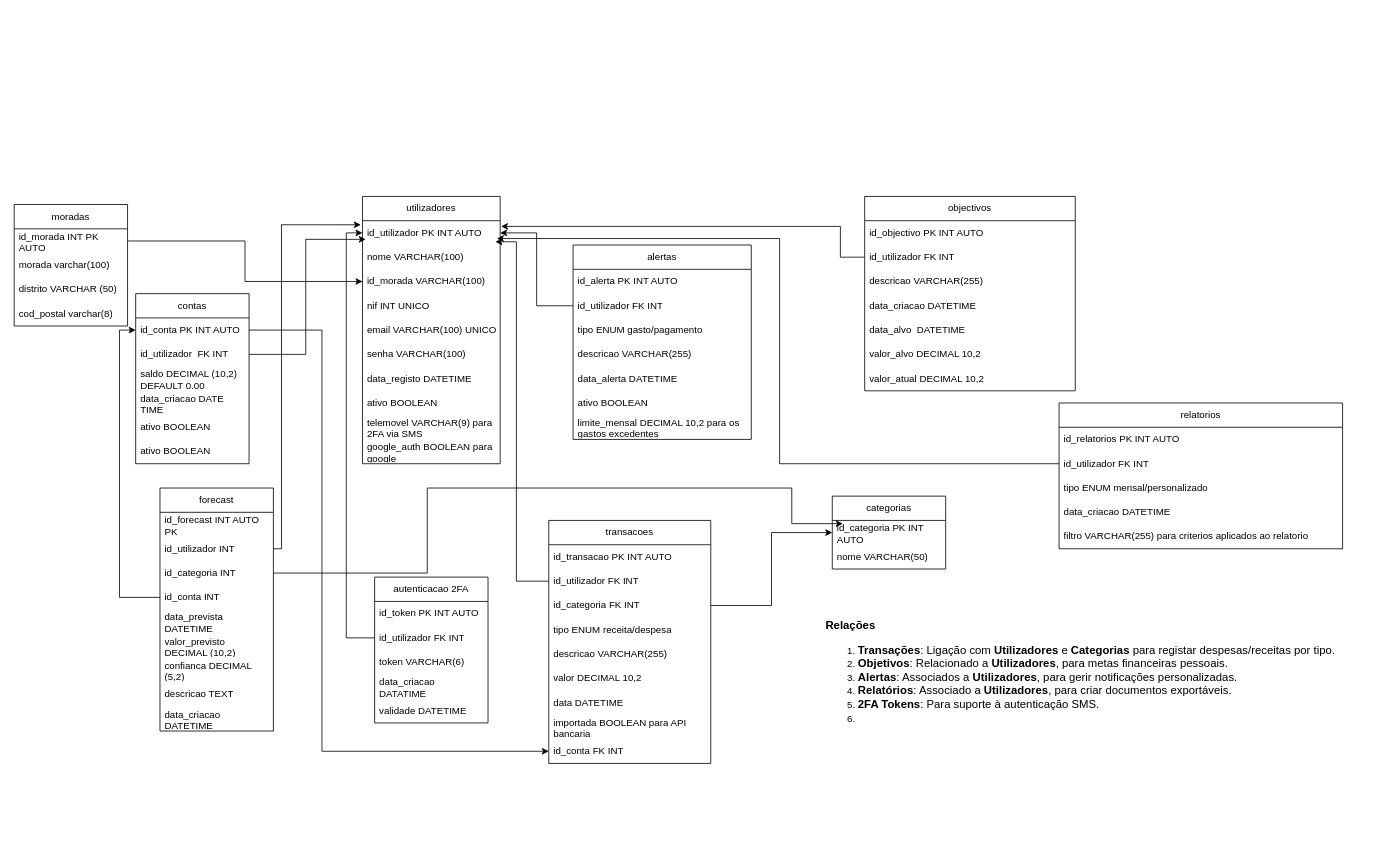
The draw.io diagram Untitled Diagram.drawio in dblouro/dblouro, before the edit. Source tidied: cells renumbered, new cells numbered last; positions are measured from the earlier drawing's top-left corner, leaving out a move shared by most shapes. Both pictures are drawn from the tidied source at 81%, with x=0, y=0 at pixel (14, 196).
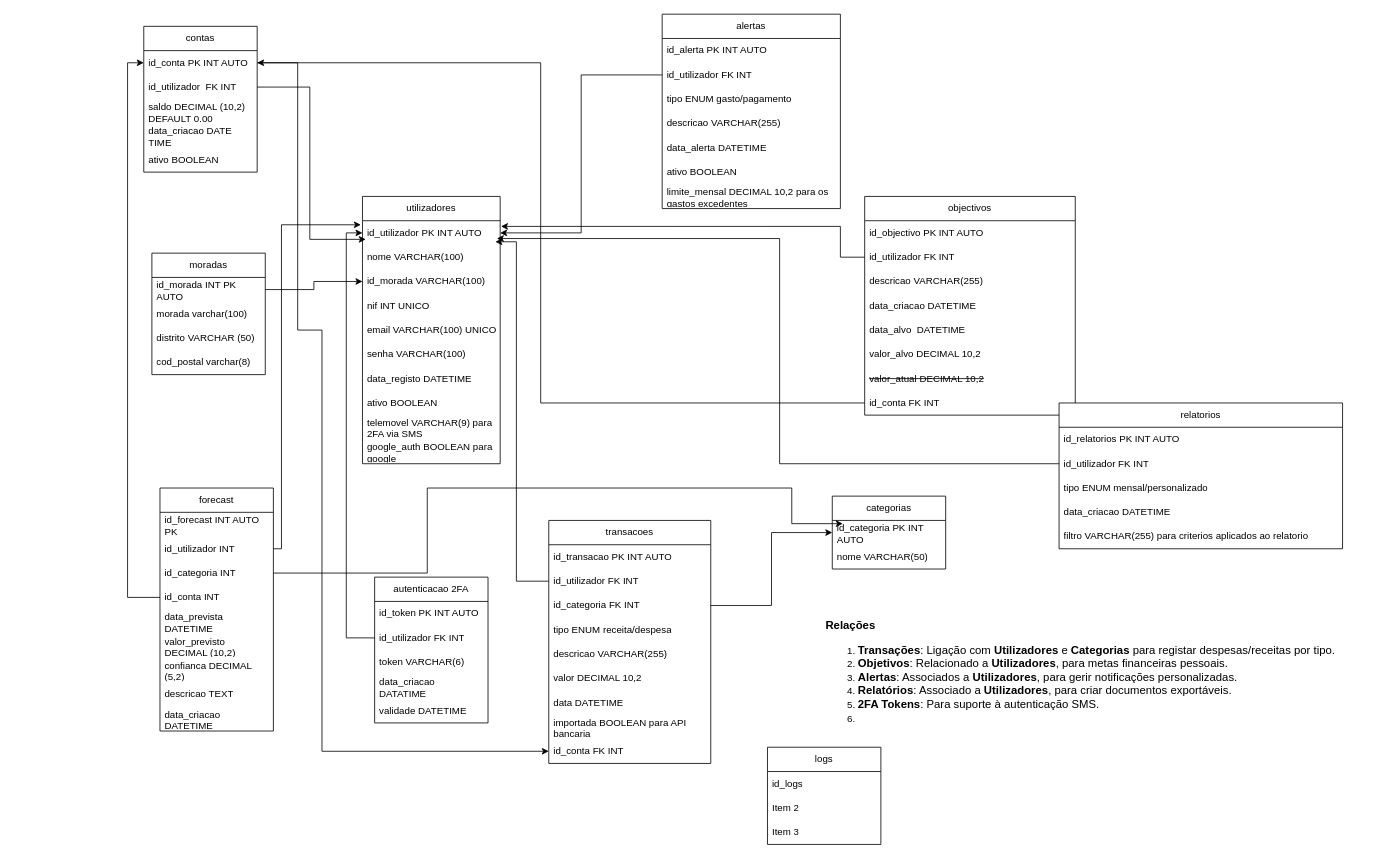
The same diagram, later.

Commit message:
Update_contas_ligacao_objectivos Untitled Diagram.drawio

The change refers to these unchanged cells:
```xml
<mxCell id="22" value="id_conta FK INT " style="text;strokeColor=none;fillColor=none;align=left;verticalAlign=middle;spacingLeft=4;spacingRight=4;overflow=hidden;points=[[0,0.5],[1,0.5]];portConstraint=eastwest;whiteSpace=wrap;html=1;" parent="13" vertex="1">
  <mxGeometry y="270" width="200" height="30" as="geometry" />
</mxCell>
<mxCell id="62" value="id_conta PK INT AUTO" style="text;strokeColor=none;fillColor=none;align=left;verticalAlign=middle;spacingLeft=4;spacingRight=4;overflow=hidden;points=[[0,0.5],[1,0.5]];portConstraint=eastwest;whiteSpace=wrap;html=1;" parent="61" vertex="1">
  <mxGeometry y="30" width="140" height="30" as="geometry" />
</mxCell>
```

The edit, as a diff of the source:
```diff
@@
     <mxCell id="26" value="alertas" style="swimlane;fontStyle=0;horizontal=1;startSize=30;whiteSpace=wrap;html=1;" parent="1" vertex="1">
-      <mxGeometry x="690" y="60" width="220" height="240" as="geometry" />
+      <mxGeometry x="800" y="-225" width="220" height="240" as="geometry" />
     </mxCell>
@@
     <mxCell id="34" value="objectivos" style="swimlane;fontStyle=0;horizontal=1;startSize=30;whiteSpace=wrap;html=1;" parent="1" vertex="1">
-      <mxGeometry x="1050" width="260" height="240" as="geometry" />
+      <mxGeometry x="1050" width="260" height="270" as="geometry" />
     </mxCell>
@@
-    <mxCell id="41" value="valor_atual DECIMAL 10,2" style="text;strokeColor=none;fillColor=none;align=left;verticalAlign=middle;spacingLeft=4;spacingRight=4;overflow=hidden;whiteSpace=wrap;html=1;" parent="34" vertex="1">
+    <mxCell id="41" value="&lt;strike&gt;valor_atual DECIMAL 10,2&lt;/strike&gt;" style="text;strokeColor=none;fillColor=none;align=left;verticalAlign=middle;spacingLeft=4;spacingRight=4;overflow=hidden;whiteSpace=wrap;html=1;" parent="34" vertex="1">
       <mxGeometry y="210" width="260" height="30" as="geometry" />
     </mxCell>
+    <mxCell id="89" value="id_conta FK INT" style="text;strokeColor=none;fillColor=none;align=left;verticalAlign=middle;spacingLeft=4;spacingRight=4;overflow=hidden;points=[[0,0.5],[1,0.5]];portConstraint=eastwest;whiteSpace=wrap;html=1;" parent="34" vertex="1">
+      <mxGeometry y="240" width="260" height="30" as="geometry" />
+    </mxCell>
@@
     <mxCell id="61" value="contas" style="swimlane;fontStyle=0;horizontal=1;startSize=30;whiteSpace=wrap;html=1;" parent="1" vertex="1">
-      <mxGeometry x="150" y="120" width="140" height="210" as="geometry" />
+      <mxGeometry x="160" y="-210" width="140" height="180" as="geometry" />
     </mxCell>
@@
-    <mxCell id="67" value="ativo BOOLEAN" style="text;strokeColor=none;fillColor=none;align=left;verticalAlign=middle;spacingLeft=4;spacingRight=4;overflow=hidden;whiteSpace=wrap;html=1;" parent="61" vertex="1">
-      <mxGeometry y="180" width="140" height="30" as="geometry" />
-    </mxCell>
@@
     <mxCell id="69" style="edgeStyle=orthogonalEdgeStyle;rounded=0;jettySize=auto;html=1;exitX=1;exitY=0.5;exitDx=0;exitDy=0;entryX=0;entryY=0.5;entryDx=0;entryDy=0;" parent="1" edge="1" source="62" target="22">
       <mxGeometry relative="1" as="geometry">
         <Array as="points">
+          <mxPoint x="350" y="-165" />
+          <mxPoint x="350" y="165" />
           <mxPoint x="380" y="165" />
           <mxPoint x="380" y="685" />
         </Array>
       </mxGeometry>
     </mxCell>
@@
     <mxCell id="80" value="moradas" style="swimlane;fontStyle=0;horizontal=1;startSize=30;whiteSpace=wrap;html=1;" parent="1" vertex="1">
-      <mxGeometry y="10" width="140" height="150" as="geometry" />
+      <mxGeometry x="170" y="70" width="140" height="150" as="geometry" />
     </mxCell>
@@
+    <mxCell id="90" value="logs" style="swimlane;fontStyle=0;horizontal=1;startSize=30;whiteSpace=wrap;html=1;" parent="1" vertex="1">
+      <mxGeometry x="930" y="680" width="140" height="120" as="geometry" />
+    </mxCell>
+    <mxCell id="91" value="id_logs" style="text;strokeColor=none;fillColor=none;align=left;verticalAlign=middle;spacingLeft=4;spacingRight=4;overflow=hidden;whiteSpace=wrap;html=1;" parent="90" vertex="1">
+      <mxGeometry y="30" width="140" height="30" as="geometry" />
+    </mxCell>
+    <mxCell id="92" value="Item 2" style="text;strokeColor=none;fillColor=none;align=left;verticalAlign=middle;spacingLeft=4;spacingRight=4;overflow=hidden;whiteSpace=wrap;html=1;" parent="90" vertex="1">
+      <mxGeometry y="60" width="140" height="30" as="geometry" />
+    </mxCell>
+    <mxCell id="93" value="Item 3" style="text;strokeColor=none;fillColor=none;align=left;verticalAlign=middle;spacingLeft=4;spacingRight=4;overflow=hidden;whiteSpace=wrap;html=1;" parent="90" vertex="1">
+      <mxGeometry y="90" width="140" height="30" as="geometry" />
+    </mxCell>
+    <mxCell id="94" style="edgeStyle=orthogonalEdgeStyle;rounded=0;jettySize=auto;html=1;exitX=0;exitY=0.5;exitDx=0;exitDy=0;entryX=1;entryY=0.5;entryDx=0;entryDy=0;" parent="1" edge="1" source="89" target="62">
+      <mxGeometry relative="1" as="geometry">
+        <Array as="points">
+          <mxPoint x="650" y="255" />
+          <mxPoint x="650" y="-165" />
+        </Array>
+      </mxGeometry>
+    </mxCell>
```
